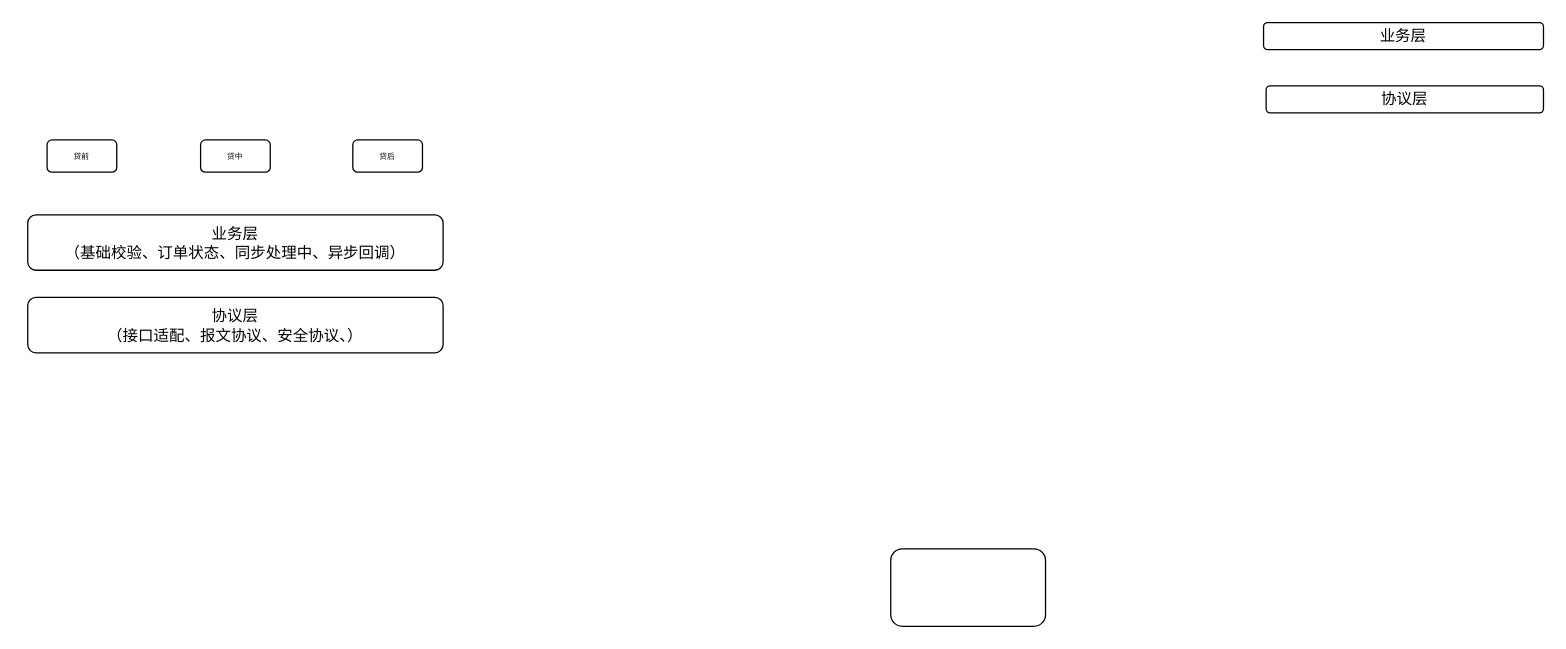
Before: 金融网关.drawio in dahuzilaoyaoguai/pict, a draw.io diagram. Source tidied: cells renumbered, new cells numbered last; positions are measured from the earlier drawing's top-left corner, leaving out a move shared by most shapes. Both pictures are drawn from the tidied source at 129%, with x=0, y=0 at pixel (27, 22).
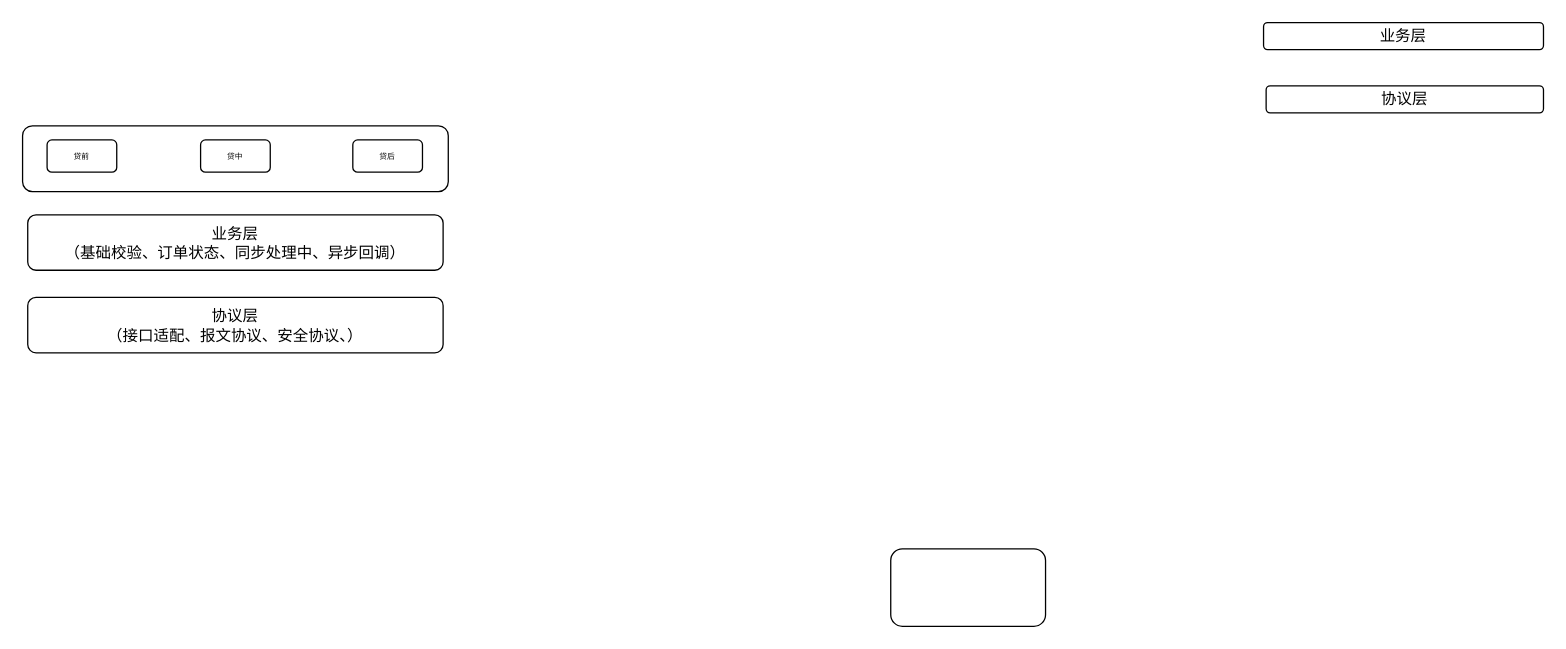
Above is the later version.

Commit message:
更新金融网关.drawio

What changed in the source:
```diff
@@
 <mxGraphModel>
   <root>
     <mxCell id="0" />
     <mxCell id="1" parent="0" />
+    <mxCell id="10" style="rounded=1;whiteSpace=wrap;html=1;" parent="1" vertex="1">
+      <mxGeometry x="-4" y="80" width="330" height="51" as="geometry" />
+    </mxCell>
     <mxCell id="2" style="rounded=1;whiteSpace=wrap;html=1;" parent="1" vertex="1">
       <mxGeometry x="669" y="408" width="120" height="60" as="geometry" />
     </mxCell>
     <mxCell id="3" value="业务层" style="rounded=1;whiteSpace=wrap;html=1;" parent="1" vertex="1">
       <mxGeometry x="958" width="217" height="21" as="geometry" />
     </mxCell>
     <mxCell id="4" value="协议层" style="rounded=1;whiteSpace=wrap;html=1;" parent="1" vertex="1">
       <mxGeometry x="960" y="49" width="215" height="21" as="geometry" />
     </mxCell>
     <mxCell id="5" value="贷中" style="rounded=1;whiteSpace=wrap;html=1;fontSize=6;" parent="1" vertex="1">
       <mxGeometry x="134" y="91" width="54" height="25" as="geometry" />
     </mxCell>
     <mxCell id="6" value="贷后" style="rounded=1;whiteSpace=wrap;html=1;fontSize=6;" parent="1" vertex="1">
       <mxGeometry x="252" y="91" width="54" height="25" as="geometry" />
     </mxCell>
     <mxCell id="7" value="贷前" style="rounded=1;whiteSpace=wrap;html=1;fontSize=6;" parent="1" vertex="1">
       <mxGeometry x="15" y="91" width="54" height="25" as="geometry" />
     </mxCell>
     <mxCell id="8" value="业务层&lt;br&gt;（基础校验、订单状态、同步处理中、异步回调）" style="rounded=1;whiteSpace=wrap;html=1;" parent="1" vertex="1">
       <mxGeometry y="149" width="322" height="43" as="geometry" />
     </mxCell>
     <mxCell id="9" value="协议层&lt;br&gt;（接口适配、报文协议、安全协议、）" style="rounded=1;whiteSpace=wrap;html=1;" parent="1" vertex="1">
       <mxGeometry y="213" width="322" height="43" as="geometry" />
     </mxCell>
   </root>
 </mxGraphModel>
```
